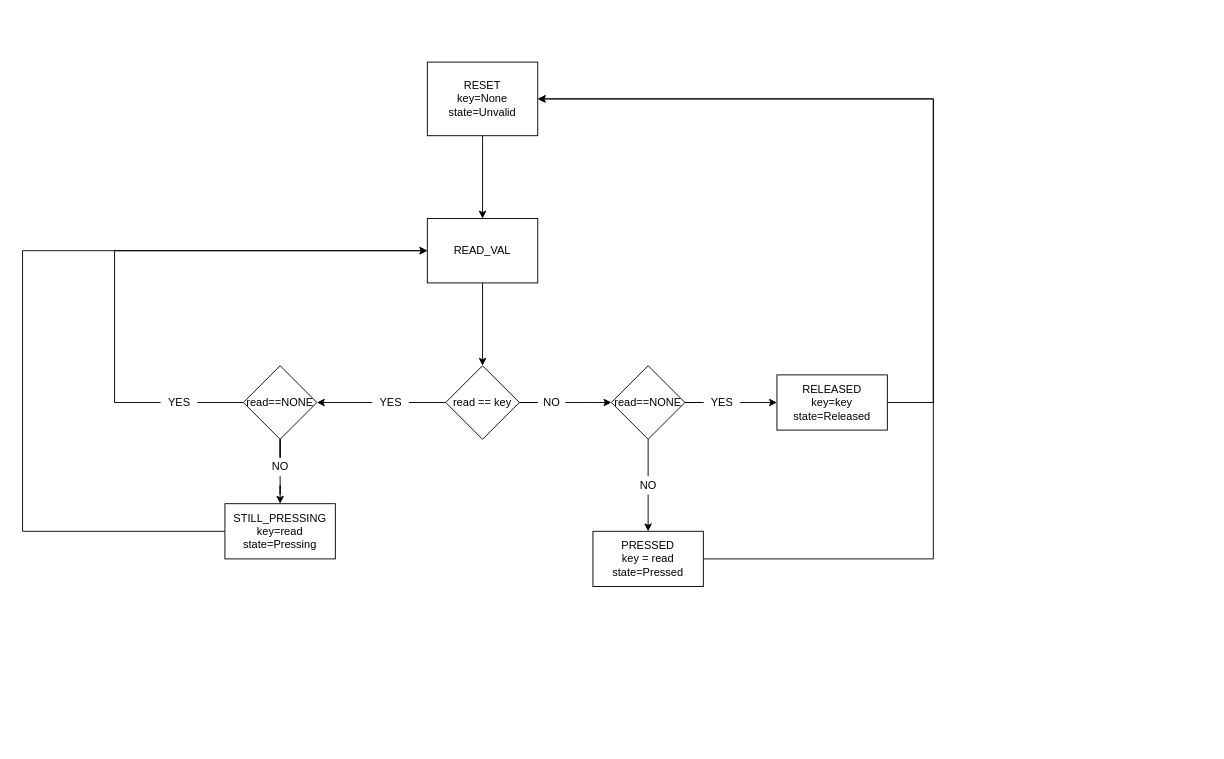
Before: input flowchart.drawio in lmascelli/Tesi_Generatore_onde_quadre, a draw.io diagram. Source tidied: cells renumbered, new cells numbered last; positions are measured from the earlier drawing's top-left corner, leaving out a move shared by most shapes. Both pictures are drawn from the tidied source at 92%, with x=0, y=0 at pixel (22, 62).
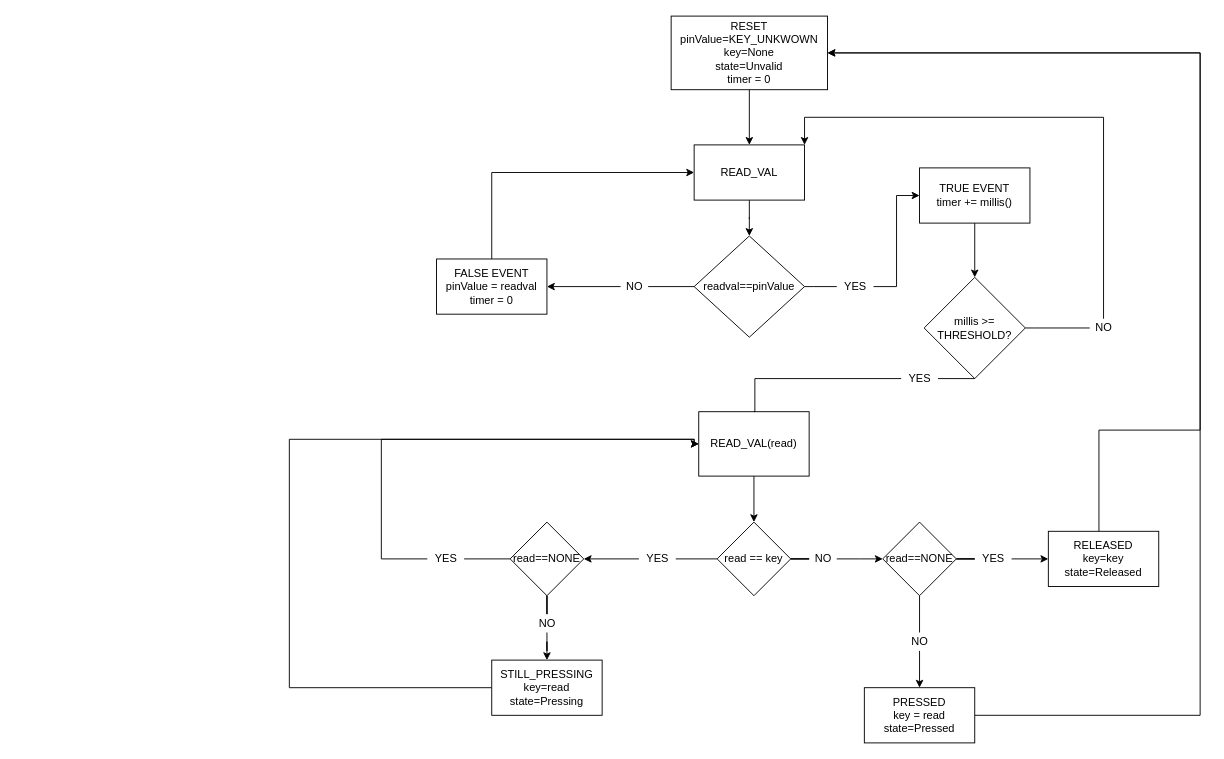
Above is the later version.

Change to the diagram source:
```diff
@@
-    <mxCell id="2" style="edgeStyle=orthogonalEdgeStyle;rounded=0;jettySize=auto;html=1;" parent="1" edge="1" source="3" target="5">
-      <mxGeometry relative="1" as="geometry" />
-    </mxCell>
+    <mxCell id="33" style="edgeStyle=orthogonalEdgeStyle;rounded=0;jettySize=auto;html=1;entryX=0.5;entryY=0;entryDx=0;entryDy=0;" parent="1" edge="1" source="3" target="35">
+      <mxGeometry relative="1" as="geometry" />
+    </mxCell>
-    <mxCell id="3" value="RESET&lt;br&gt;key=None&lt;br&gt;state=Unvalid" style="rounded=0;whiteSpace=wrap;html=1;" parent="1" vertex="1">
-      <mxGeometry x="440" width="120" height="80" as="geometry" />
+    <mxCell id="3" value="RESET&lt;br&gt;pinValue=KEY_UNKWOWN&lt;br&gt;key=None&lt;br&gt;state=Unvalid&lt;br&gt;timer = 0" style="rounded=0;whiteSpace=wrap;html=1;" parent="1" vertex="1">
+      <mxGeometry x="705" y="-50" width="170" height="80" as="geometry" />
     </mxCell>
@@
-    <mxCell id="5" value="READ_VAL" style="rounded=0;whiteSpace=wrap;html=1;" parent="1" vertex="1">
-      <mxGeometry x="440" y="170" width="120" height="70" as="geometry" />
+    <mxCell id="5" value="READ_VAL(read)" style="rounded=0;whiteSpace=wrap;html=1;" parent="1" vertex="1">
+      <mxGeometry x="735" y="380" width="120" height="70" as="geometry" />
     </mxCell>
     <mxCell id="6" style="edgeStyle=orthogonalEdgeStyle;rounded=0;jettySize=auto;html=1;startArrow=none;" parent="1" edge="1" source="9">
       <mxGeometry relative="1" as="geometry">
-        <mxPoint x="640" y="370" as="targetPoint" />
+        <mxPoint x="935" y="540" as="targetPoint" />
       </mxGeometry>
     </mxCell>
     <mxCell id="7" style="edgeStyle=orthogonalEdgeStyle;rounded=0;jettySize=auto;html=1;startArrow=none;entryX=1;entryY=0.5;entryDx=0;entryDy=0;" parent="1" edge="1" source="22" target="25">
       <mxGeometry relative="1" as="geometry">
         <Array as="points">
-          <mxPoint x="320" y="370" />
-          <mxPoint x="320" y="370" />
+          <mxPoint x="610" y="540" />
+          <mxPoint x="610" y="540" />
         </Array>
       </mxGeometry>
     </mxCell>
     <mxCell id="8" value="read == key" style="rhombus;whiteSpace=wrap;html=1;" parent="1" vertex="1">
-      <mxGeometry x="460" y="330" width="80" height="80" as="geometry" />
+      <mxGeometry x="755" y="500" width="80" height="80" as="geometry" />
     </mxCell>
     <mxCell id="9" value="NO" style="text;html=1;align=center;verticalAlign=middle;points=[];strokeColor=none;fillColor=none;" parent="1" vertex="1">
-      <mxGeometry x="560" y="360" width="30" height="20" as="geometry" />
+      <mxGeometry x="855" y="530" width="30" height="20" as="geometry" />
     </mxCell>
@@
     <mxCell id="13" value="read==NONE" style="rhombus;whiteSpace=wrap;html=1;" parent="1" vertex="1">
-      <mxGeometry x="640" y="330" width="80" height="80" as="geometry" />
+      <mxGeometry x="935" y="500" width="80" height="80" as="geometry" />
     </mxCell>
     <mxCell id="14" style="edgeStyle=orthogonalEdgeStyle;rounded=0;jettySize=auto;html=1;entryX=1;entryY=0.5;entryDx=0;entryDy=0;" parent="1" edge="1" source="15" target="3">
       <mxGeometry relative="1" as="geometry">
         <Array as="points">
-          <mxPoint x="990" y="540" />
-          <mxPoint x="990" y="40" />
+          <mxPoint x="1280" y="710" />
+          <mxPoint x="1280" y="-10" />
         </Array>
       </mxGeometry>
     </mxCell>
     <mxCell id="15" value="PRESSED&lt;br&gt;key = read&lt;br&gt;state=Pressed" style="whiteSpace=wrap;html=1;" parent="1" vertex="1">
-      <mxGeometry x="620" y="510" width="120" height="60" as="geometry" />
+      <mxGeometry x="915" y="680" width="120" height="60" as="geometry" />
     </mxCell>
     <mxCell id="16" value="NO" style="text;html=1;align=center;verticalAlign=middle;points=[];strokeColor=none;fillColor=none;" parent="1" vertex="1">
-      <mxGeometry x="665" y="450" width="30" height="20" as="geometry" />
+      <mxGeometry x="960" y="620" width="30" height="20" as="geometry" />
     </mxCell>
@@
     <mxCell id="18" style="edgeStyle=orthogonalEdgeStyle;rounded=0;jettySize=auto;html=1;entryX=1;entryY=0.5;entryDx=0;entryDy=0;" parent="1" edge="1" source="19" target="3">
       <mxGeometry relative="1" as="geometry">
         <Array as="points">
-          <mxPoint x="990" y="370" />
-          <mxPoint x="990" y="40" />
+          <mxPoint x="1170" y="400" />
+          <mxPoint x="1280" y="400" />
+          <mxPoint x="1280" y="-10" />
         </Array>
       </mxGeometry>
     </mxCell>
     <mxCell id="19" value="RELEASED&lt;br&gt;key=key&lt;br&gt;state=Released" style="rounded=0;whiteSpace=wrap;html=1;" parent="1" vertex="1">
-      <mxGeometry x="820" y="340" width="120" height="60" as="geometry" />
+      <mxGeometry x="1115" y="510" width="120" height="60" as="geometry" />
     </mxCell>
     <mxCell id="20" value="YES" style="text;html=1;align=center;verticalAlign=middle;points=[];strokeColor=none;fillColor=none;" parent="1" vertex="1">
-      <mxGeometry x="740" y="360" width="40" height="20" as="geometry" />
+      <mxGeometry x="1035" y="530" width="40" height="20" as="geometry" />
     </mxCell>
@@
     <mxCell id="22" value="YES" style="text;html=1;align=center;verticalAlign=middle;points=[];strokeColor=none;fillColor=none;" parent="1" vertex="1">
-      <mxGeometry x="380" y="360" width="40" height="20" as="geometry" />
+      <mxGeometry x="670" y="530" width="40" height="20" as="geometry" />
     </mxCell>
@@
     <mxCell id="25" value="read==NONE" style="rhombus;whiteSpace=wrap;html=1;" parent="1" vertex="1">
-      <mxGeometry x="240" y="330" width="80" height="80" as="geometry" />
+      <mxGeometry x="530" y="500" width="80" height="80" as="geometry" />
     </mxCell>
     <mxCell id="26" style="edgeStyle=orthogonalEdgeStyle;rounded=0;jettySize=auto;html=1;startArrow=none;entryX=0;entryY=0.5;entryDx=0;entryDy=0;" parent="1" edge="1" source="27" target="5">
       <mxGeometry relative="1" as="geometry">
         <Array as="points">
-          <mxPoint x="100" y="370" />
-          <mxPoint x="100" y="205" />
+          <mxPoint x="390" y="540" />
+          <mxPoint x="390" y="410" />
+          <mxPoint x="730" y="410" />
         </Array>
       </mxGeometry>
     </mxCell>
     <mxCell id="27" value="YES" style="text;html=1;align=center;verticalAlign=middle;points=[];strokeColor=none;fillColor=none;" parent="1" vertex="1">
-      <mxGeometry x="150" y="360" width="40" height="20" as="geometry" />
+      <mxGeometry x="440" y="530" width="40" height="20" as="geometry" />
     </mxCell>
     <mxCell id="28" style="edgeStyle=orthogonalEdgeStyle;rounded=0;jettySize=auto;html=1;endArrow=none;exitX=0;exitY=0.5;exitDx=0;exitDy=0;" parent="1" edge="1" source="25" target="27">
       <mxGeometry relative="1" as="geometry">
         <Array as="points">
-          <mxPoint x="150" y="370" />
+          <mxPoint x="440" y="540" />
         </Array>
       </mxGeometry>
     </mxCell>
     <mxCell id="29" style="edgeStyle=orthogonalEdgeStyle;rounded=0;jettySize=auto;html=1;entryX=0;entryY=0.5;entryDx=0;entryDy=0;" parent="1" edge="1" source="30" target="5">
       <mxGeometry relative="1" as="geometry">
         <Array as="points">
-          <mxPoint y="510" />
-          <mxPoint y="205" />
+          <mxPoint x="290" y="680" />
+          <mxPoint x="290" y="410" />
+          <mxPoint x="730" y="410" />
         </Array>
       </mxGeometry>
     </mxCell>
     <mxCell id="30" value="STILL_PRESSING&lt;br&gt;key=read&lt;br&gt;state=Pressing" style="rounded=0;whiteSpace=wrap;html=1;" parent="1" vertex="1">
-      <mxGeometry x="220" y="480" width="120" height="60" as="geometry" />
+      <mxGeometry x="510" y="650" width="120" height="60" as="geometry" />
     </mxCell>
     <mxCell id="31" value="NO" style="text;html=1;align=center;verticalAlign=middle;points=[];strokeColor=none;fillColor=none;" parent="1" vertex="1">
-      <mxGeometry x="265" y="430" width="30" height="20" as="geometry" />
+      <mxGeometry x="555" y="600" width="30" height="20" as="geometry" />
     </mxCell>
@@
+    <mxCell id="34" style="edgeStyle=orthogonalEdgeStyle;rounded=0;jettySize=auto;html=1;" parent="1" edge="1" source="35" target="38">
+      <mxGeometry relative="1" as="geometry" />
+    </mxCell>
+    <mxCell id="35" value="READ_VAL" style="rounded=0;whiteSpace=wrap;html=1;" parent="1" vertex="1">
+      <mxGeometry x="730" y="90" width="120" height="60" as="geometry" />
+    </mxCell>
+    <mxCell id="36" style="edgeStyle=orthogonalEdgeStyle;rounded=0;jettySize=auto;html=1;exitX=1;exitY=0.5;exitDx=0;exitDy=0;startArrow=none;" parent="1" edge="1" source="41" target="40">
+      <mxGeometry relative="1" as="geometry">
+        <Array as="points">
+          <mxPoint x="950" y="244" />
+          <mxPoint x="950" y="145" />
+        </Array>
+      </mxGeometry>
+    </mxCell>
+    <mxCell id="37" style="edgeStyle=orthogonalEdgeStyle;rounded=0;jettySize=auto;html=1;entryX=1;entryY=0.5;entryDx=0;entryDy=0;startArrow=none;" parent="1" edge="1" source="52" target="51">
+      <mxGeometry relative="1" as="geometry" />
+    </mxCell>
+    <mxCell id="38" value="readval==pinValue" style="rhombus;whiteSpace=wrap;html=1;" parent="1" vertex="1">
+      <mxGeometry x="730" y="189" width="120" height="110" as="geometry" />
+    </mxCell>
+    <mxCell id="39" style="edgeStyle=orthogonalEdgeStyle;rounded=0;jettySize=auto;html=1;exitX=0.5;exitY=1;exitDx=0;exitDy=0;" parent="1" edge="1" source="40" target="44">
+      <mxGeometry relative="1" as="geometry" />
+    </mxCell>
+    <mxCell id="40" value="TRUE EVENT&lt;br&gt;timer += millis()" style="whiteSpace=wrap;html=1;" parent="1" vertex="1">
+      <mxGeometry x="975" y="115" width="120" height="60" as="geometry" />
+    </mxCell>
+    <mxCell id="41" value="YES" style="text;html=1;align=center;verticalAlign=middle;points=[];strokeColor=none;fillColor=none;" parent="1" vertex="1">
+      <mxGeometry x="885" y="234" width="40" height="20" as="geometry" />
+    </mxCell>
+    <mxCell id="42" style="edgeStyle=orthogonalEdgeStyle;rounded=0;jettySize=auto;html=1;exitX=1;exitY=0.5;exitDx=0;exitDy=0;endArrow=none;" parent="1" edge="1" source="38" target="41">
+      <mxGeometry relative="1" as="geometry">
+        <Array as="points">
+          <mxPoint x="860" y="244" />
+          <mxPoint x="860" y="244" />
+        </Array>
+      </mxGeometry>
+    </mxCell>
+    <mxCell id="43" style="edgeStyle=orthogonalEdgeStyle;rounded=0;jettySize=auto;html=1;startArrow=none;entryX=1;entryY=0;entryDx=0;entryDy=0;" parent="1" edge="1" source="48" target="35">
+      <mxGeometry relative="1" as="geometry">
+        <Array as="points">
+          <mxPoint x="1175" y="60" />
+        </Array>
+      </mxGeometry>
+    </mxCell>
+    <mxCell id="44" value="millis &amp;gt;= THRESHOLD?" style="rhombus;whiteSpace=wrap;html=1;" parent="1" vertex="1">
+      <mxGeometry x="980" y="234" width="110" height="110" as="geometry" />
+    </mxCell>
+    <mxCell id="45" value="YES" style="text;html=1;align=center;verticalAlign=middle;points=[];strokeColor=none;fillColor=none;" parent="1" vertex="1">
+      <mxGeometry x="955" y="334" width="40" height="20" as="geometry" />
+    </mxCell>
+    <mxCell id="46" style="edgeStyle=orthogonalEdgeStyle;rounded=0;jettySize=auto;html=1;startArrow=none;endArrow=none;exitX=0.5;exitY=0;exitDx=0;exitDy=0;" parent="1" edge="1" source="5" target="45">
+      <mxGeometry relative="1" as="geometry">
+        <Array as="points">
+          <mxPoint x="796" y="380" />
+        </Array>
+      </mxGeometry>
+    </mxCell>
+    <mxCell id="47" style="endArrow=none;html=1;rounded=0;exitX=0.5;exitY=1;exitDx=0;exitDy=0;" parent="1" edge="1" source="44" target="45">
+      <mxGeometry relative="1" as="geometry" />
+    </mxCell>
+    <mxCell id="48" value="NO" style="text;html=1;align=center;verticalAlign=middle;points=[];strokeColor=none;fillColor=none;" parent="1" vertex="1">
+      <mxGeometry x="1160" y="279" width="30" height="20" as="geometry" />
+    </mxCell>
+    <mxCell id="49" style="edgeStyle=orthogonalEdgeStyle;rounded=0;jettySize=auto;html=1;endArrow=none;exitX=1;exitY=0.5;exitDx=0;exitDy=0;" parent="1" edge="1" source="44" target="48">
+      <mxGeometry relative="1" as="geometry">
+        <Array as="points">
+          <mxPoint x="1100" y="289" />
+          <mxPoint x="1100" y="289" />
+        </Array>
+      </mxGeometry>
+    </mxCell>
+    <mxCell id="50" style="edgeStyle=orthogonalEdgeStyle;rounded=0;jettySize=auto;html=1;" parent="1" edge="1" source="51" target="35">
+      <mxGeometry relative="1" as="geometry">
+        <Array as="points">
+          <mxPoint x="510" y="120" />
+        </Array>
+      </mxGeometry>
+    </mxCell>
+    <mxCell id="51" value="FALSE EVENT&lt;br&gt;pinValue = readval&lt;br&gt;timer = 0" style="rounded=0;whiteSpace=wrap;html=1;" parent="1" vertex="1">
+      <mxGeometry x="450" y="214" width="120" height="60" as="geometry" />
+    </mxCell>
+    <mxCell id="52" value="NO" style="text;html=1;align=center;verticalAlign=middle;points=[];strokeColor=none;fillColor=none;" parent="1" vertex="1">
+      <mxGeometry x="650" y="234" width="30" height="20" as="geometry" />
+    </mxCell>
+    <mxCell id="53" style="edgeStyle=orthogonalEdgeStyle;rounded=0;jettySize=auto;html=1;entryX=1;entryY=0.5;entryDx=0;entryDy=0;endArrow=none;" parent="1" edge="1" source="38" target="52">
+      <mxGeometry relative="1" as="geometry" />
+    </mxCell>
```
